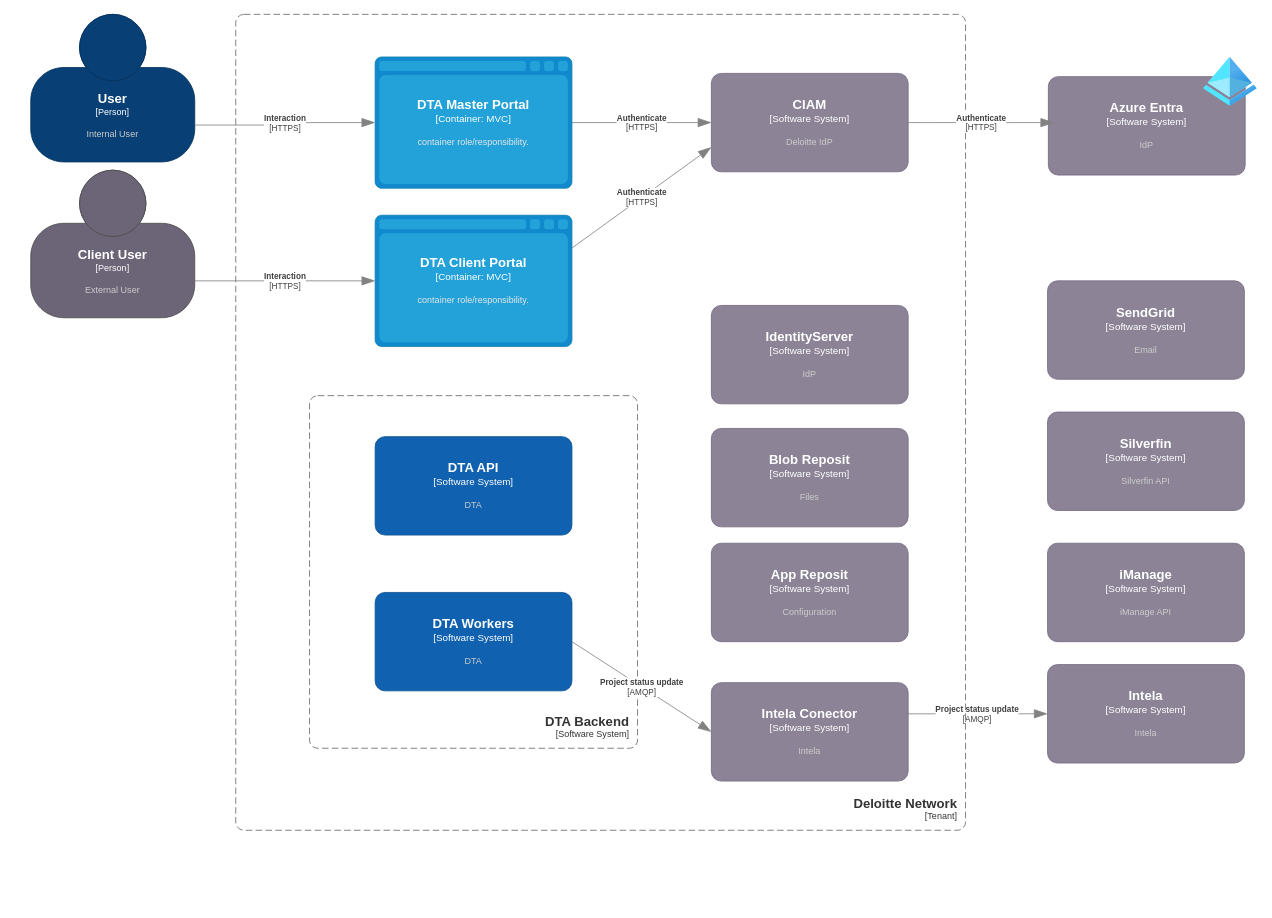
Before: page "C2_Subsystems" (2 of 6) of DTA_DAD.drawio in cmonton/shared, a draw.io diagram. Source tidied: cells renumbered, new cells numbered last; positions are measured from the earlier drawing's top-left corner, leaving out a move shared by most shapes. Both pictures are drawn from the tidied source at 82%, with x=0, y=0 at pixel (30, 14).
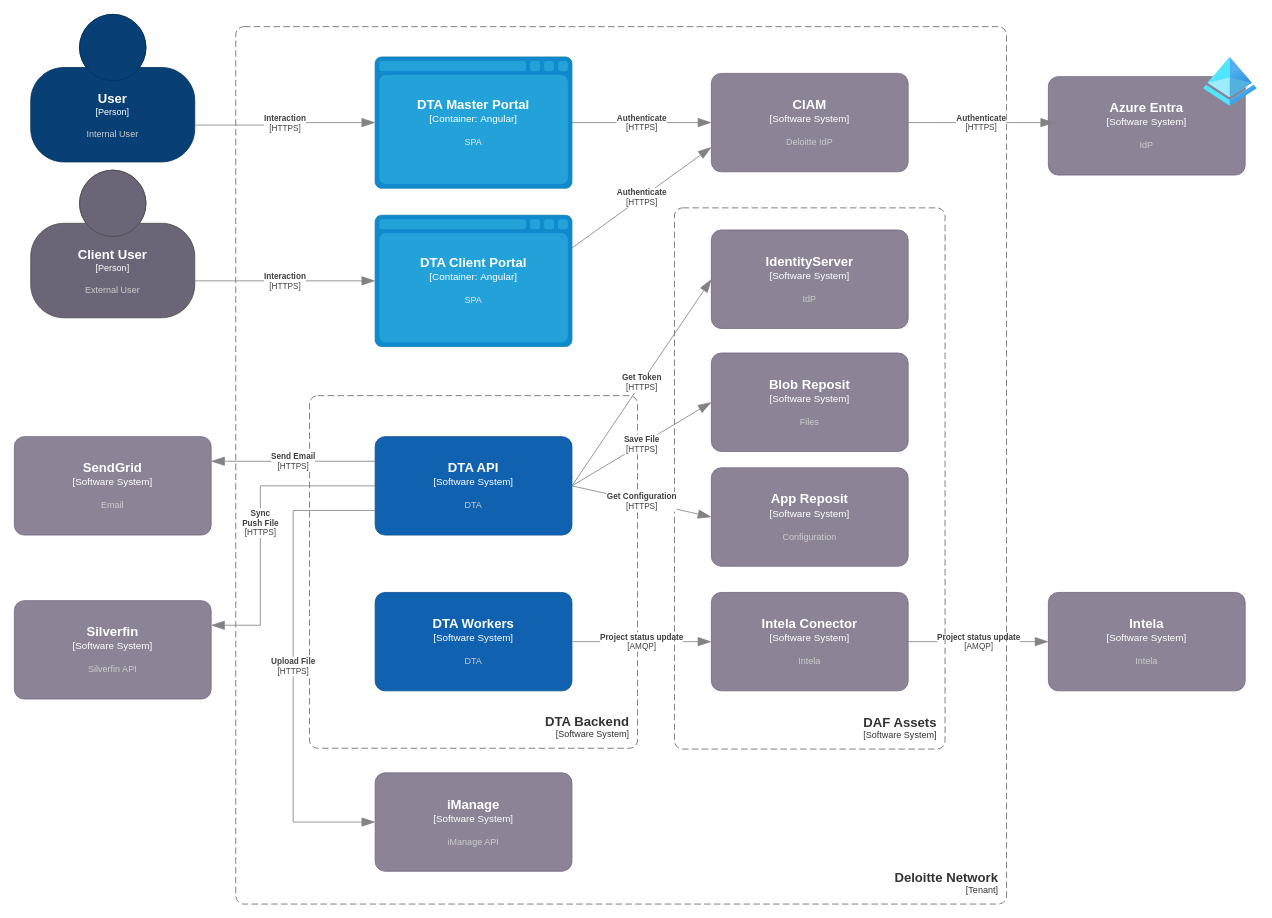
The same page after the edit.

The change refers to these unchanged cells:
```xml
<object id="3" label="&lt;font style=&quot;font-size: 16px&quot;&gt;&lt;b&gt;%c4Name%&lt;/b&gt;&lt;/font&gt;&lt;div&gt;[%c4Type%]&lt;/div&gt;&lt;br&gt;&lt;div&gt;&lt;font style=&quot;font-size: 11px&quot;&gt;&lt;font color=&quot;#cccccc&quot;&gt;%c4Description%&lt;/font&gt;&lt;/div&gt;" c4Description="DTA" c4Name="DTA API" c4Type="Software System" placeholders="1">
  <mxCell style="rounded=1;whiteSpace=wrap;html=1;labelBackgroundColor=none;fillColor=#1061B0;fontColor=#ffffff;align=center;arcSize=10;strokeColor=#0D5091;points=[[0.25,0,0],[0.5,0,0],[0.75,0,0],[1,0.25,0],[1,0.5,0],[1,0.75,0],[0.75,1,0],[0.5,1,0],[0.25,1,0],[0,0.75,0],[0,0.5,0],[0,0.25,0]];" parent="1" vertex="1">
    <mxGeometry x="420" y="515" width="240" height="120" as="geometry" />
  </mxCell>
</object>
```

Change to the diagram source:
```diff
@@
     <object id="5" label="&lt;font style=&quot;font-size: 16px&quot;&gt;&lt;b&gt;%c4Name%&lt;/b&gt;&lt;/font&gt;&lt;div&gt;[%c4Type%]&lt;/div&gt;&lt;br&gt;&lt;div&gt;&lt;font style=&quot;font-size: 11px&quot;&gt;&lt;font color=&quot;#cccccc&quot;&gt;%c4Description%&lt;/font&gt;&lt;/div&gt;" c4Description="Silverfin API" c4Name="Silverfin" c4Type="Software System" placeholders="1">
       <mxCell style="rounded=1;whiteSpace=wrap;html=1;labelBackgroundColor=none;fillColor=#8C8496;fontColor=#ffffff;align=center;arcSize=10;strokeColor=#736782;points=[[0.25,0,0],[0.5,0,0],[0.75,0,0],[1,0.25,0],[1,0.5,0],[1,0.75,0],[0.75,1,0],[0.5,1,0],[0.25,1,0],[0,0.75,0],[0,0.5,0],[0,0.25,0]];" parent="1" vertex="1">
-        <mxGeometry x="1240" y="485" width="240" height="120" as="geometry" />
+        <mxGeometry x="-20" y="715" width="240" height="120" as="geometry" />
       </mxCell>
     </object>
@@
     <object id="7" label="&lt;font style=&quot;font-size: 16px&quot;&gt;&lt;b&gt;%c4Name%&lt;/b&gt;&lt;/font&gt;&lt;div&gt;[%c4Type%]&lt;/div&gt;&lt;br&gt;&lt;div&gt;&lt;font style=&quot;font-size: 11px&quot;&gt;&lt;font color=&quot;#cccccc&quot;&gt;%c4Description%&lt;/font&gt;&lt;/div&gt;" c4Description="Intela" c4Name="Intela" c4Type="Software System" placeholders="1">
       <mxCell style="rounded=1;whiteSpace=wrap;html=1;labelBackgroundColor=none;fillColor=#8C8496;fontColor=#ffffff;align=center;arcSize=10;strokeColor=#736782;points=[[0.25,0,0],[0.5,0,0],[0.75,0,0],[1,0.25,0],[1,0.5,0],[1,0.75,0],[0.75,1,0],[0.5,1,0],[0.25,1,0],[0,0.75,0],[0,0.5,0],[0,0.25,0]];" parent="1" vertex="1">
-        <mxGeometry x="1240" y="793" width="240" height="120" as="geometry" />
+        <mxGeometry x="1241" y="705" width="240" height="120" as="geometry" />
       </mxCell>
     </object>
     <object id="8" label="&lt;div style=&quot;text-align: left&quot;&gt;&lt;div style=&quot;text-align: center&quot;&gt;&lt;b&gt;%c4Description%&lt;/b&gt;&lt;/div&gt;&lt;div style=&quot;text-align: center&quot;&gt;[%c4Technology%]&lt;/div&gt;&lt;/div&gt;" c4Description="Project status update" c4Technology="AMQP" placeholders="1">
-      <mxCell style="endArrow=blockThin;html=1;fontSize=10;fontColor=#404040;strokeWidth=1;endFill=1;strokeColor=#828282;elbow=vertical;endSize=14;startSize=14;jumpStyle=arc;jumpSize=16;rounded=0;exitX=0.996;exitY=0.317;exitDx=0;exitDy=0;exitPerimeter=0;entryX=0;entryY=0.5;entryDx=0;entryDy=0;entryPerimeter=0;" parent="1" edge="1" source="16" target="7">
+      <mxCell style="endArrow=blockThin;html=1;fontSize=10;fontColor=#404040;strokeWidth=1;endFill=1;strokeColor=#828282;elbow=vertical;endSize=14;startSize=14;jumpStyle=arc;jumpSize=16;rounded=0;exitX=1;exitY=0.5;exitDx=0;exitDy=0;exitPerimeter=0;entryX=0;entryY=0.5;entryDx=0;entryDy=0;entryPerimeter=0;" parent="1" edge="1" source="16" target="7">
         <mxGeometry relative="1" as="geometry" />
       </mxCell>
     </object>
@@
     <object id="11" label="&lt;font style=&quot;font-size: 16px&quot;&gt;&lt;b&gt;&lt;div style=&quot;&quot;&gt;%c4Name%&lt;/div&gt;&lt;/b&gt;&lt;/font&gt;&lt;div style=&quot;&quot;&gt;[%c4Application%]&lt;/div&gt;" c4Application="Tenant" c4Name="Deloitte Network" placeholders="1">
       <mxCell style="rounded=1;fontSize=11;whiteSpace=wrap;html=1;dashed=1;arcSize=20;fillColor=none;strokeColor=#666666;fontColor=#333333;labelBackgroundColor=none;align=right;verticalAlign=bottom;labelBorderColor=none;spacingTop=0;spacing=10;dashPattern=8 4;perimeter=rectanglePerimeter;noLabel=0;labelPadding=0;absoluteArcSize=1;" parent="1" vertex="1">
-        <mxGeometry x="250" width="890" height="995" as="geometry" />
+        <mxGeometry x="250" y="15" width="940" height="1070" as="geometry" />
       </mxCell>
     </object>
-    <object id="12" label="&lt;font style=&quot;font-size: 16px&quot;&gt;&lt;b&gt;%c4Type%&lt;/b&gt;&lt;/font&gt;&lt;div&gt;[%c4Container%:&amp;nbsp;%c4Technology%]&lt;/div&gt;&lt;br&gt;&lt;div&gt;&lt;font style=&quot;font-size: 11px&quot;&gt;&lt;font color=&quot;#E6E6E6&quot;&gt;%c4Description%&lt;/font&gt;&lt;/div&gt;" c4Container="Container" c4Description="container role/responsibility." c4Technology="MVC" c4Type="DTA Client Portal" placeholders="1">
+    <object id="12" label="&lt;font style=&quot;font-size: 16px&quot;&gt;&lt;b&gt;%c4Type%&lt;/b&gt;&lt;/font&gt;&lt;div&gt;[%c4Container%:&amp;nbsp;%c4Technology%]&lt;/div&gt;&lt;br&gt;&lt;div&gt;&lt;font style=&quot;font-size: 11px&quot;&gt;&lt;font color=&quot;#E6E6E6&quot;&gt;%c4Description%&lt;/font&gt;&lt;/div&gt;" c4Container="Container" c4Description="SPA" c4Technology="Angular" c4Type="DTA Client Portal" placeholders="1">
       <mxCell style="shape=mxgraph.c4.webBrowserContainer2;whiteSpace=wrap;html=1;boundedLbl=1;rounded=0;labelBackgroundColor=none;strokeColor=#118ACD;fillColor=#23A2D9;strokeColor=#118ACD;strokeColor2=#0E7DAD;fontSize=12;fontColor=#ffffff;align=center;points=[[0.5,0,0],[1,0.25,0],[1,0.5,0],[1,0.75,0],[0.5,1,0],[0,0.75,0],[0,0.5,0],[0,0.25,0]];" parent="1" vertex="1">
         <mxGeometry x="420" y="245" width="240" height="160" as="geometry" />
       </mxCell>
     </object>
-    <object id="13" label="&lt;font style=&quot;font-size: 16px&quot;&gt;&lt;b&gt;%c4Type%&lt;/b&gt;&lt;/font&gt;&lt;div&gt;[%c4Container%:&amp;nbsp;%c4Technology%]&lt;/div&gt;&lt;br&gt;&lt;div&gt;&lt;font style=&quot;font-size: 11px&quot;&gt;&lt;font color=&quot;#E6E6E6&quot;&gt;%c4Description%&lt;/font&gt;&lt;/div&gt;" c4Container="Container" c4Description="container role/responsibility." c4Technology="MVC" c4Type="DTA Master Portal" placeholders="1">
+    <object id="13" label="&lt;font style=&quot;font-size: 16px&quot;&gt;&lt;b&gt;%c4Type%&lt;/b&gt;&lt;/font&gt;&lt;div&gt;[%c4Container%:&amp;nbsp;%c4Technology%]&lt;/div&gt;&lt;br&gt;&lt;div&gt;&lt;font style=&quot;font-size: 11px&quot;&gt;&lt;font color=&quot;#E6E6E6&quot;&gt;%c4Description%&lt;/font&gt;&lt;/div&gt;" c4Container="Container" c4Description="SPA" c4Technology="Angular" c4Type="DTA Master Portal" placeholders="1">
       <mxCell style="shape=mxgraph.c4.webBrowserContainer2;whiteSpace=wrap;html=1;boundedLbl=1;rounded=0;labelBackgroundColor=none;strokeColor=#118ACD;fillColor=#23A2D9;strokeColor=#118ACD;strokeColor2=#0E7DAD;fontSize=12;fontColor=#ffffff;align=center;points=[[0.5,0,0],[1,0.25,0],[1,0.5,0],[1,0.75,0],[0.5,1,0],[0,0.75,0],[0,0.5,0],[0,0.25,0]];" parent="1" vertex="1">
         <mxGeometry x="420" y="52" width="240" height="160" as="geometry" />
       </mxCell>
     </object>
@@
     <object id="16" label="&lt;font style=&quot;font-size: 16px&quot;&gt;&lt;b&gt;%c4Name%&lt;/b&gt;&lt;/font&gt;&lt;div&gt;[%c4Type%]&lt;/div&gt;&lt;br&gt;&lt;div&gt;&lt;font style=&quot;font-size: 11px&quot;&gt;&lt;font color=&quot;#cccccc&quot;&gt;%c4Description%&lt;/font&gt;&lt;/div&gt;" c4Description="Intela" c4Name="Intela Conector" c4Type="Software System" placeholders="1">
       <mxCell style="rounded=1;whiteSpace=wrap;html=1;labelBackgroundColor=none;fillColor=#8C8496;fontColor=#ffffff;align=center;arcSize=10;strokeColor=#736782;points=[[0.25,0,0],[0.5,0,0],[0.75,0,0],[1,0.25,0],[1,0.5,0],[1,0.75,0],[0.75,1,0],[0.5,1,0],[0.25,1,0],[0,0.75,0],[0,0.5,0],[0,0.25,0]];" parent="1" vertex="1">
-        <mxGeometry x="830" y="815" width="240" height="120" as="geometry" />
+        <mxGeometry x="830" y="705" width="240" height="120" as="geometry" />
       </mxCell>
     </object>
@@
     <object id="18" label="&lt;font style=&quot;font-size: 16px&quot;&gt;&lt;b&gt;%c4Name%&lt;/b&gt;&lt;/font&gt;&lt;div&gt;[%c4Type%]&lt;/div&gt;&lt;br&gt;&lt;div&gt;&lt;font style=&quot;font-size: 11px&quot;&gt;&lt;font color=&quot;#cccccc&quot;&gt;%c4Description%&lt;/font&gt;&lt;/div&gt;" c4Description="Files" c4Name="Blob Reposit" c4Type="Software System" placeholders="1">
       <mxCell style="rounded=1;whiteSpace=wrap;html=1;labelBackgroundColor=none;fillColor=#8C8496;fontColor=#ffffff;align=center;arcSize=10;strokeColor=#736782;points=[[0.25,0,0],[0.5,0,0],[0.75,0,0],[1,0.25,0],[1,0.5,0],[1,0.75,0],[0.75,1,0],[0.5,1,0],[0.25,1,0],[0,0.75,0],[0,0.5,0],[0,0.25,0]];" parent="1" vertex="1">
-        <mxGeometry x="830" y="505" width="240" height="120" as="geometry" />
+        <mxGeometry x="830" y="413" width="240" height="120" as="geometry" />
       </mxCell>
     </object>
     <object id="19" label="&lt;font style=&quot;font-size: 16px&quot;&gt;&lt;b&gt;%c4Name%&lt;/b&gt;&lt;/font&gt;&lt;div&gt;[%c4Type%]&lt;/div&gt;&lt;br&gt;&lt;div&gt;&lt;font style=&quot;font-size: 11px&quot;&gt;&lt;font color=&quot;#cccccc&quot;&gt;%c4Description%&lt;/font&gt;&lt;/div&gt;" c4Description="Configuration" c4Name="App Reposit" c4Type="Software System" placeholders="1">
       <mxCell style="rounded=1;whiteSpace=wrap;html=1;labelBackgroundColor=none;fillColor=#8C8496;fontColor=#ffffff;align=center;arcSize=10;strokeColor=#736782;points=[[0.25,0,0],[0.5,0,0],[0.75,0,0],[1,0.25,0],[1,0.5,0],[1,0.75,0],[0.75,1,0],[0.5,1,0],[0.25,1,0],[0,0.75,0],[0,0.5,0],[0,0.25,0]];" parent="1" vertex="1">
-        <mxGeometry x="830" y="645" width="240" height="120" as="geometry" />
+        <mxGeometry x="830" y="553" width="240" height="120" as="geometry" />
       </mxCell>
     </object>
     <object id="20" label="&lt;font style=&quot;font-size: 16px&quot;&gt;&lt;b&gt;%c4Name%&lt;/b&gt;&lt;/font&gt;&lt;div&gt;[%c4Type%]&lt;/div&gt;&lt;br&gt;&lt;div&gt;&lt;font style=&quot;font-size: 11px&quot;&gt;&lt;font color=&quot;#cccccc&quot;&gt;%c4Description%&lt;/font&gt;&lt;/div&gt;" c4Description="iManage API" c4Name="iManage" c4Type="Software System" placeholders="1">
       <mxCell style="rounded=1;whiteSpace=wrap;html=1;labelBackgroundColor=none;fillColor=#8C8496;fontColor=#ffffff;align=center;arcSize=10;strokeColor=#736782;points=[[0.25,0,0],[0.5,0,0],[0.75,0,0],[1,0.25,0],[1,0.5,0],[1,0.75,0],[0.75,1,0],[0.5,1,0],[0.25,1,0],[0,0.75,0],[0,0.5,0],[0,0.25,0]];" parent="1" vertex="1">
-        <mxGeometry x="1240" y="645" width="240" height="120" as="geometry" />
+        <mxGeometry x="420" y="925" width="240" height="120" as="geometry" />
       </mxCell>
     </object>
     <object id="21" label="&lt;font style=&quot;font-size: 16px&quot;&gt;&lt;b&gt;%c4Name%&lt;/b&gt;&lt;/font&gt;&lt;div&gt;[%c4Type%]&lt;/div&gt;&lt;br&gt;&lt;div&gt;&lt;font style=&quot;font-size: 11px&quot;&gt;&lt;font color=&quot;#cccccc&quot;&gt;%c4Description%&lt;/font&gt;&lt;/div&gt;" c4Description="Email" c4Name="SendGrid" c4Type="Software System" placeholders="1">
       <mxCell style="rounded=1;whiteSpace=wrap;html=1;labelBackgroundColor=none;fillColor=#8C8496;fontColor=#ffffff;align=center;arcSize=10;strokeColor=#736782;points=[[0.25,0,0],[0.5,0,0],[0.75,0,0],[1,0.25,0],[1,0.5,0],[1,0.75,0],[0.75,1,0],[0.5,1,0],[0.25,1,0],[0,0.75,0],[0,0.5,0],[0,0.25,0]];" parent="1" vertex="1">
-        <mxGeometry x="1240" y="325" width="240" height="120" as="geometry" />
+        <mxGeometry x="-20" y="515" width="240" height="120" as="geometry" />
       </mxCell>
     </object>
     <object id="22" label="&lt;font style=&quot;font-size: 16px&quot;&gt;&lt;b&gt;%c4Name%&lt;/b&gt;&lt;/font&gt;&lt;div&gt;[%c4Type%]&lt;/div&gt;&lt;br&gt;&lt;div&gt;&lt;font style=&quot;font-size: 11px&quot;&gt;&lt;font color=&quot;#cccccc&quot;&gt;%c4Description%&lt;/font&gt;&lt;/div&gt;" c4Description="IdP" c4Name="IdentityServer" c4Type="Software System" placeholders="1">
       <mxCell style="rounded=1;whiteSpace=wrap;html=1;labelBackgroundColor=none;fillColor=#8C8496;fontColor=#ffffff;align=center;arcSize=10;strokeColor=#736782;points=[[0.25,0,0],[0.5,0,0],[0.75,0,0],[1,0.25,0],[1,0.5,0],[1,0.75,0],[0.75,1,0],[0.5,1,0],[0.25,1,0],[0,0.75,0],[0,0.5,0],[0,0.25,0]];" parent="1" vertex="1">
-        <mxGeometry x="830" y="355" width="240" height="120" as="geometry" />
+        <mxGeometry x="830" y="263" width="240" height="120" as="geometry" />
       </mxCell>
     </object>
@@
+    <object id="28" label="&lt;font style=&quot;font-size: 16px&quot;&gt;&lt;b&gt;&lt;div style=&quot;&quot;&gt;%c4Name%&lt;/div&gt;&lt;/b&gt;&lt;/font&gt;&lt;div style=&quot;&quot;&gt;[%c4Application%]&lt;/div&gt;" c4Application="Software System" c4Name="DAF Assets" placeholders="1">
+      <mxCell style="rounded=1;fontSize=11;whiteSpace=wrap;html=1;dashed=1;arcSize=20;fillColor=none;strokeColor=#666666;fontColor=#333333;labelBackgroundColor=none;align=right;verticalAlign=bottom;labelBorderColor=none;spacingTop=0;spacing=10;dashPattern=8 4;perimeter=rectanglePerimeter;noLabel=0;labelPadding=0;absoluteArcSize=1;" parent="1" vertex="1">
+        <mxGeometry x="785" y="236" width="330" height="660" as="geometry" />
+      </mxCell>
+    </object>
+    <object id="29" label="&lt;div style=&quot;text-align: left&quot;&gt;&lt;div style=&quot;text-align: center&quot;&gt;&lt;b&gt;%c4Description%&lt;/b&gt;&lt;/div&gt;&lt;div style=&quot;text-align: center&quot;&gt;[%c4Technology%]&lt;/div&gt;&lt;/div&gt;" c4Description="Get Token" c4Technology="HTTPS" placeholders="1">
+      <mxCell style="endArrow=blockThin;html=1;fontSize=10;fontColor=#404040;strokeWidth=1;endFill=1;strokeColor=#828282;elbow=vertical;endSize=14;startSize=14;jumpStyle=arc;jumpSize=16;rounded=0;exitX=1;exitY=0.5;exitDx=0;exitDy=0;exitPerimeter=0;entryX=0;entryY=0.5;entryDx=0;entryDy=0;entryPerimeter=0;" parent="1" edge="1" source="3" target="22">
+        <mxGeometry relative="1" as="geometry" />
+      </mxCell>
+    </object>
+    <object id="30" label="&lt;div style=&quot;text-align: left&quot;&gt;&lt;div style=&quot;text-align: center&quot;&gt;&lt;b&gt;%c4Description%&lt;/b&gt;&lt;/div&gt;&lt;div style=&quot;text-align: center&quot;&gt;[%c4Technology%]&lt;/div&gt;&lt;/div&gt;" c4Description="Save File" c4Technology="HTTPS" placeholders="1">
+      <mxCell style="endArrow=blockThin;html=1;fontSize=10;fontColor=#404040;strokeWidth=1;endFill=1;strokeColor=#828282;elbow=vertical;endSize=14;startSize=14;jumpStyle=arc;jumpSize=16;rounded=0;exitX=1;exitY=0.5;exitDx=0;exitDy=0;exitPerimeter=0;entryX=0;entryY=0.5;entryDx=0;entryDy=0;entryPerimeter=0;" parent="1" edge="1" source="3" target="18">
+        <mxGeometry relative="1" as="geometry" />
+      </mxCell>
+    </object>
+    <object id="31" label="&lt;div style=&quot;text-align: left&quot;&gt;&lt;div style=&quot;text-align: center&quot;&gt;&lt;b&gt;%c4Description%&lt;/b&gt;&lt;/div&gt;&lt;div style=&quot;text-align: center&quot;&gt;[%c4Technology%]&lt;/div&gt;&lt;/div&gt;" c4Description="Get Configuration" c4Technology="HTTPS" placeholders="1">
+      <mxCell style="endArrow=blockThin;html=1;fontSize=10;fontColor=#404040;strokeWidth=1;endFill=1;strokeColor=#828282;elbow=vertical;endSize=14;startSize=14;jumpStyle=arc;jumpSize=16;rounded=0;exitX=1;exitY=0.5;exitDx=0;exitDy=0;exitPerimeter=0;entryX=0;entryY=0.5;entryDx=0;entryDy=0;entryPerimeter=0;" parent="1" edge="1" source="3" target="19">
+        <mxGeometry relative="1" as="geometry" />
+      </mxCell>
+    </object>
+    <object id="32" label="&lt;div style=&quot;text-align: left&quot;&gt;&lt;div style=&quot;text-align: center&quot;&gt;&lt;b&gt;%c4Description%&lt;/b&gt;&lt;/div&gt;&lt;div style=&quot;text-align: center&quot;&gt;[%c4Technology%]&lt;/div&gt;&lt;/div&gt;" c4Description="Upload File" c4Technology="HTTPS" placeholders="1">
+      <mxCell style="endArrow=blockThin;html=1;fontSize=10;fontColor=#404040;strokeWidth=1;endFill=1;strokeColor=#828282;elbow=vertical;endSize=14;startSize=14;jumpStyle=arc;jumpSize=16;rounded=0;exitX=0;exitY=0.75;exitDx=0;exitDy=0;exitPerimeter=0;entryX=0;entryY=0.5;entryDx=0;entryDy=0;entryPerimeter=0;edgeStyle=orthogonalEdgeStyle;" parent="1" edge="1" source="3" target="20">
+        <mxGeometry relative="1" as="geometry">
+          <Array as="points">
+            <mxPoint x="320" y="605" />
+            <mxPoint x="320" y="985" />
+          </Array>
+        </mxGeometry>
+      </mxCell>
+    </object>
+    <object id="33" label="&lt;div style=&quot;text-align: left&quot;&gt;&lt;div style=&quot;text-align: center&quot;&gt;&lt;b&gt;%c4Description%&lt;/b&gt;&lt;/div&gt;&lt;div style=&quot;text-align: center&quot;&gt;[%c4Technology%]&lt;/div&gt;&lt;/div&gt;" c4Description="Send Email" c4Technology="HTTPS" placeholders="1">
+      <mxCell style="endArrow=blockThin;html=1;fontSize=10;fontColor=#404040;strokeWidth=1;endFill=1;strokeColor=#828282;elbow=vertical;endSize=14;startSize=14;jumpStyle=arc;jumpSize=16;rounded=0;exitX=0;exitY=0.25;exitDx=0;exitDy=0;exitPerimeter=0;entryX=1;entryY=0.25;entryDx=0;entryDy=0;entryPerimeter=0;" parent="1" edge="1" source="3" target="21">
+        <mxGeometry relative="1" as="geometry" />
+      </mxCell>
+    </object>
+    <object id="34" label="&lt;div style=&quot;text-align: left&quot;&gt;&lt;div style=&quot;text-align: center&quot;&gt;&lt;b&gt;%c4Description%&lt;/b&gt;&lt;/div&gt;&lt;div style=&quot;text-align: center&quot;&gt;[%c4Technology%]&lt;/div&gt;&lt;/div&gt;" c4Description="Sync&#10;Push File" c4Technology="HTTPS" placeholders="1">
+      <mxCell style="endArrow=blockThin;html=1;fontSize=10;fontColor=#404040;strokeWidth=1;endFill=1;strokeColor=#828282;elbow=vertical;endSize=14;startSize=14;jumpStyle=arc;jumpSize=16;rounded=0;exitX=0;exitY=0.5;exitDx=0;exitDy=0;exitPerimeter=0;entryX=1;entryY=0.25;entryDx=0;entryDy=0;entryPerimeter=0;edgeStyle=orthogonalEdgeStyle;" parent="1" edge="1" source="3" target="5">
+        <mxGeometry relative="1" as="geometry">
+          <Array as="points">
+            <mxPoint x="280" y="575" />
+            <mxPoint x="280" y="745" />
+          </Array>
+        </mxGeometry>
+      </mxCell>
+    </object>
```
